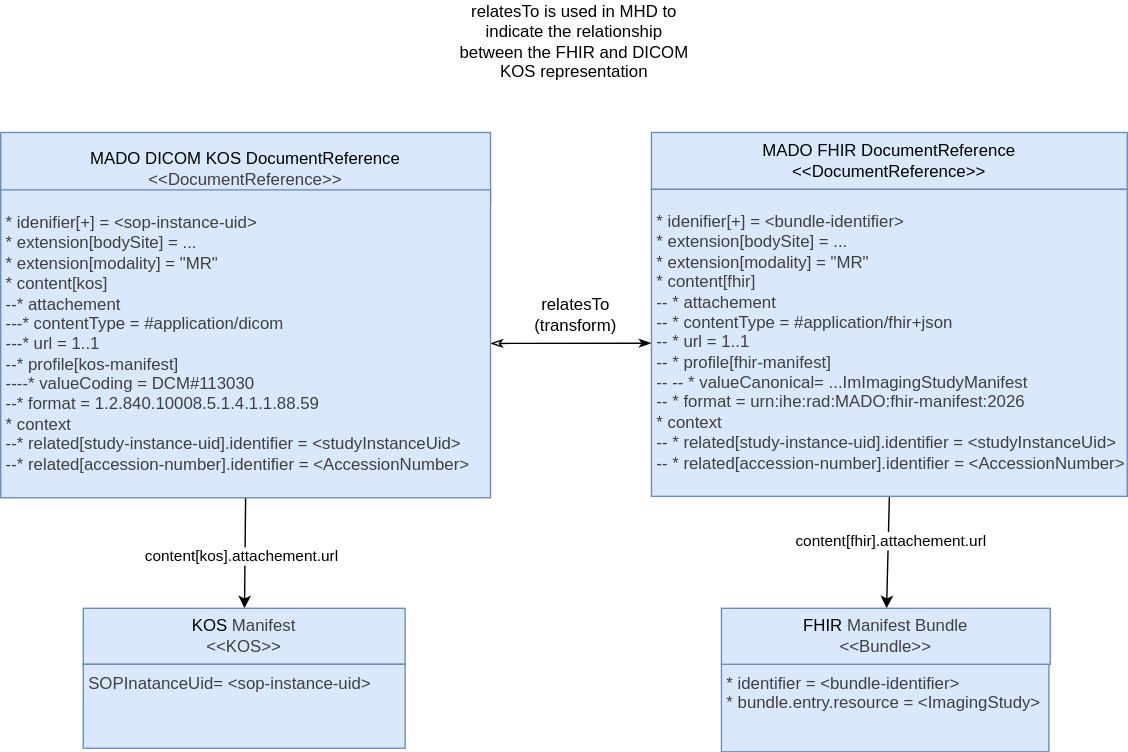
Above: input/images/manifest-envelope.drawio.svg in IHE/RAD.MADO (draw.io), before the change. Source tidied: cells renumbered, new cells last; positions are measured from the earlier drawing's top-left corner, leaving out a move shared by most shapes.
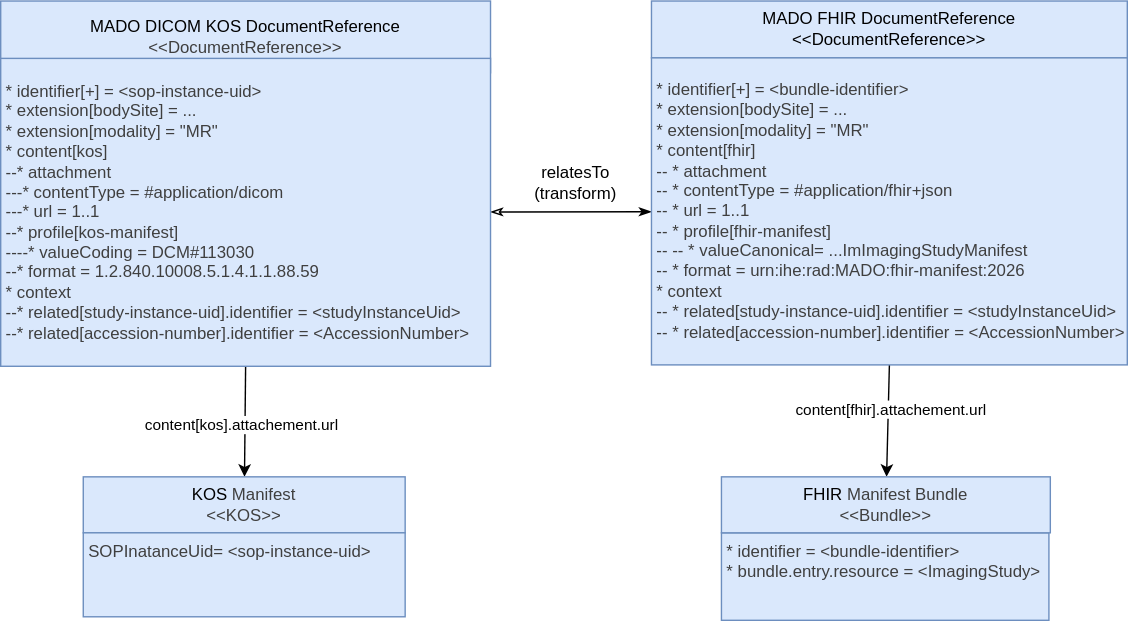
After the commit.

The edit, as a diff of the source:
```diff
@@ -20,16 +20,13 @@
     <mxCell id="7" style="edgeStyle=none;html=1;endArrow=classicThin;endFill=0;startArrow=classicThin;startFill=1;" parent="1" edge="1" source="14" target="11">
       <mxGeometry relative="1" as="geometry" />
     </mxCell>
-    <mxCell id="8" value="relatesTo is used in MHD to indicate the relationship between the FHIR and DICOM KOS representation" style="text;html=1;align=center;verticalAlign=middle;whiteSpace=wrap;rounded=0;" parent="1" vertex="1">
-      <mxGeometry x="325" width="170" height="30" as="geometry" />
-    </mxCell>
     <mxCell id="9" style="group;" parent="1" vertex="1">
       <mxGeometry x="80" y="80" width="270" height="260" as="geometry" />
     </mxCell>
     <mxCell id="10" value="MADO DICOM KOS DocumentReference&lt;div&gt;&lt;span style=&quot;color: rgb(63, 63, 63);&quot;&gt;&amp;lt;&amp;lt;DocumentReference&amp;gt;&amp;gt;&lt;/span&gt;&lt;/div&gt;" style="whiteSpace=wrap;html=1;fillColor=#dae8fc;strokeColor=#6c8ebf;" parent="9" vertex="1">
       <mxGeometry x="-80" width="350" height="51.3" as="geometry" />
     </mxCell>
-    <mxCell id="11" value="&lt;span style=&quot;background-color: transparent; scrollbar-color: rgb(226, 226, 226) rgb(251, 251, 251); color: rgb(63, 63, 63);&quot;&gt;&lt;div style=&quot;&quot;&gt;&lt;span style=&quot;scrollbar-color: rgb(226, 226, 226) rgb(251, 251, 251); color: rgb(63, 63, 63);&quot;&gt;&lt;div style=&quot;&quot;&gt;&lt;div&gt;&lt;span style=&quot;color: rgb(63, 63, 63); background-color: transparent;&quot;&gt;* idenifier[+] =&amp;nbsp;&lt;/span&gt;&lt;span style=&quot;color: rgb(63, 63, 63); background-color: transparent;&quot;&gt;&amp;lt;sop-instance-uid&amp;gt;&lt;/span&gt;&lt;/div&gt;&lt;div&gt;&lt;span style=&quot;color: rgb(63, 63, 63); background-color: transparent;&quot;&gt;* extension[bodySite] = ...&lt;/span&gt;&lt;/div&gt;&lt;div&gt;&lt;span style=&quot;color: rgb(63, 63, 63); background-color: transparent;&quot;&gt;* extension[modality] = &quot;MR&quot;&lt;/span&gt;&lt;/div&gt;&lt;div&gt;&lt;span style=&quot;color: rgb(63, 63, 63); background-color: transparent;&quot;&gt;* content[kos]&lt;/span&gt;&lt;/div&gt;&lt;div&gt;--* attachement&lt;/div&gt;&lt;div&gt;---* contentType = #application/dicom&lt;/div&gt;&lt;div&gt;---* url = 1..1&lt;/div&gt;&lt;div&gt;--* profile[kos-manifest]&lt;/div&gt;&lt;div&gt;----* valueCoding = DCM#113030&lt;/div&gt;&lt;div&gt;--* format = 1.2.840.10008.5.1.4.1.1.88.59&lt;/div&gt;&lt;div&gt;* context&lt;/div&gt;&lt;div&gt;--* related[study-instance-uid].identifier = &amp;lt;studyInstanceUid&amp;gt;&lt;/div&gt;&lt;div&gt;--* related[accession-number].identifier = &amp;lt;AccessionNumber&amp;gt;&lt;/div&gt;&lt;/div&gt;&lt;/span&gt;&lt;/div&gt;&lt;/span&gt;" style="whiteSpace=wrap;html=1;align=left;spacingLeft=2;fillColor=#dae8fc;strokeColor=#6c8ebf;" parent="9" vertex="1">
+    <mxCell id="11" value="&lt;span style=&quot;background-color: transparent; scrollbar-color: rgb(226, 226, 226) rgb(251, 251, 251); color: rgb(63, 63, 63);&quot;&gt;&lt;div style=&quot;&quot;&gt;&lt;span style=&quot;scrollbar-color: rgb(226, 226, 226) rgb(251, 251, 251); color: rgb(63, 63, 63);&quot;&gt;&lt;div style=&quot;&quot;&gt;&lt;div&gt;&lt;span style=&quot;color: rgb(63, 63, 63); background-color: transparent;&quot;&gt;* identifier[+] =&amp;nbsp;&lt;/span&gt;&lt;span style=&quot;color: rgb(63, 63, 63); background-color: transparent;&quot;&gt;&amp;lt;sop-instance-uid&amp;gt;&lt;/span&gt;&lt;/div&gt;&lt;div&gt;&lt;span style=&quot;color: rgb(63, 63, 63); background-color: transparent;&quot;&gt;* extension[bodySite] = ...&lt;/span&gt;&lt;/div&gt;&lt;div&gt;&lt;span style=&quot;color: rgb(63, 63, 63); background-color: transparent;&quot;&gt;* extension[modality] = &quot;MR&quot;&lt;/span&gt;&lt;/div&gt;&lt;div&gt;&lt;span style=&quot;color: rgb(63, 63, 63); background-color: transparent;&quot;&gt;* content[kos]&lt;/span&gt;&lt;/div&gt;&lt;div&gt;--* attachment&lt;/div&gt;&lt;div&gt;---* contentType = #application/dicom&lt;/div&gt;&lt;div&gt;---* url = 1..1&lt;/div&gt;&lt;div&gt;--* profile[kos-manifest]&lt;/div&gt;&lt;div&gt;----* valueCoding = DCM#113030&lt;/div&gt;&lt;div&gt;--* format = 1.2.840.10008.5.1.4.1.1.88.59&lt;/div&gt;&lt;div&gt;* context&lt;/div&gt;&lt;div&gt;--* related[study-instance-uid].identifier = &amp;lt;studyInstanceUid&amp;gt;&lt;/div&gt;&lt;div&gt;--* related[accession-number].identifier = &amp;lt;AccessionNumber&amp;gt;&lt;/div&gt;&lt;/div&gt;&lt;/span&gt;&lt;/div&gt;&lt;/span&gt;" style="whiteSpace=wrap;html=1;align=left;spacingLeft=2;fillColor=#dae8fc;strokeColor=#6c8ebf;" parent="9" vertex="1">
       <mxGeometry x="-80" y="41" width="350" height="220" as="geometry" />
     </mxCell>
     <mxCell id="12" style="group;" parent="1" vertex="1">
@@ -38,7 +35,7 @@
     <mxCell id="13" value="MADO FHIR DocumentReference&lt;div&gt;&amp;lt;&amp;lt;DocumentReference&amp;gt;&amp;gt;&lt;/div&gt;" style="whiteSpace=wrap;html=1;fillColor=#dae8fc;strokeColor=#6c8ebf;" parent="12" vertex="1">
       <mxGeometry width="340" height="40.6" as="geometry" />
     </mxCell>
-    <mxCell id="14" value="&lt;span style=&quot;background-color: transparent; scrollbar-color: rgb(226, 226, 226) rgb(251, 251, 251); color: rgb(63, 63, 63);&quot;&gt;&lt;div style=&quot;&quot;&gt;&lt;span style=&quot;scrollbar-color: rgb(226, 226, 226) rgb(251, 251, 251); color: rgb(63, 63, 63);&quot;&gt;&lt;div style=&quot;&quot;&gt;&lt;div&gt;&lt;span style=&quot;color: rgb(63, 63, 63); background-color: transparent;&quot;&gt;* idenifier[+] = &amp;lt;bundle-identifier&amp;gt;&lt;/span&gt;&lt;/div&gt;&lt;div&gt;&lt;span style=&quot;color: rgb(63, 63, 63); background-color: transparent;&quot;&gt;&lt;div style=&quot;color: rgb(63, 63, 63); scrollbar-color: rgb(226, 226, 226) rgb(251, 251, 251);&quot;&gt;&lt;span style=&quot;scrollbar-color: rgb(226, 226, 226) rgb(251, 251, 251); background-color: transparent; color: rgb(63, 63, 63);&quot;&gt;* extension[bodySite] = ...&lt;/span&gt;&lt;/div&gt;&lt;div style=&quot;color: rgb(63, 63, 63); scrollbar-color: rgb(226, 226, 226) rgb(251, 251, 251);&quot;&gt;&lt;span style=&quot;scrollbar-color: rgb(226, 226, 226) rgb(251, 251, 251); background-color: transparent; color: rgb(63, 63, 63);&quot;&gt;* extension[modality] = &quot;MR&quot;&lt;/span&gt;&lt;/div&gt;&lt;/span&gt;&lt;/div&gt;&lt;div&gt;&lt;span style=&quot;background-color: transparent;&quot;&gt;* content[fhir]&lt;/span&gt;&lt;/div&gt;&lt;div&gt;&lt;span style=&quot;color: rgb(63, 63, 63); background-color: transparent;&quot;&gt;--&lt;/span&gt;* attachement&lt;/div&gt;&lt;div&gt;&lt;span style=&quot;color: rgb(63, 63, 63); background-color: transparent;&quot;&gt;--&lt;/span&gt;* contentType = #application/fhir+json&lt;/div&gt;&lt;div&gt;&lt;span style=&quot;color: rgb(63, 63, 63); background-color: transparent;&quot;&gt;--&lt;/span&gt;* url = 1..1&lt;/div&gt;&lt;div&gt;&lt;span style=&quot;color: rgb(63, 63, 63); background-color: transparent;&quot;&gt;--&lt;/span&gt;* profile[fhir-manifest]&lt;/div&gt;&lt;div&gt;&lt;span style=&quot;color: rgb(63, 63, 63); background-color: transparent;&quot;&gt;--&lt;/span&gt;&lt;span style=&quot;color: rgb(63, 63, 63); background-color: transparent;&quot;&gt;--&lt;/span&gt;&lt;span style=&quot;color: rgb(63, 63, 63); background-color: transparent;&quot;&gt;* valueCanonical= ...ImImagingStudyManifest&lt;/span&gt;&lt;/div&gt;&lt;div&gt;&lt;span style=&quot;color: rgb(63, 63, 63); background-color: transparent;&quot;&gt;--&lt;/span&gt;* format =&amp;nbsp;urn:ihe:rad:MADO:fhir-manifest:2026&lt;/div&gt;&lt;div&gt;&lt;span style=&quot;color: rgb(63, 63, 63); background-color: transparent;&quot;&gt;* context&lt;/span&gt;&lt;/div&gt;&lt;div&gt;&lt;div style=&quot;color: rgb(63, 63, 63); scrollbar-color: rgb(226, 226, 226) rgb(251, 251, 251);&quot;&gt;&lt;span style=&quot;color: rgb(63, 63, 63); background-color: transparent;&quot;&gt;--&lt;/span&gt;* related[study-instance-uid].identifier = &amp;lt;studyInstanceUid&amp;gt;&lt;/div&gt;&lt;div style=&quot;color: rgb(63, 63, 63); scrollbar-color: rgb(226, 226, 226) rgb(251, 251, 251);&quot;&gt;&lt;span style=&quot;color: rgb(63, 63, 63); background-color: transparent;&quot;&gt;--&lt;/span&gt;* related[accession-number].identifier = &amp;lt;AccessionNumber&amp;gt;&lt;/div&gt;&lt;/div&gt;&lt;/div&gt;&lt;/span&gt;&lt;/div&gt;&lt;/span&gt;" style="whiteSpace=wrap;html=1;align=left;spacingLeft=2;fillColor=#dae8fc;strokeColor=#6c8ebf;" parent="12" vertex="1">
+    <mxCell id="14" value="&lt;span style=&quot;background-color: transparent; scrollbar-color: rgb(226, 226, 226) rgb(251, 251, 251); color: rgb(63, 63, 63);&quot;&gt;&lt;div style=&quot;&quot;&gt;&lt;span style=&quot;scrollbar-color: rgb(226, 226, 226) rgb(251, 251, 251); color: rgb(63, 63, 63);&quot;&gt;&lt;div style=&quot;&quot;&gt;&lt;div&gt;&lt;span style=&quot;color: rgb(63, 63, 63); background-color: transparent;&quot;&gt;* identifier[+] = &amp;lt;bundle-identifier&amp;gt;&lt;/span&gt;&lt;/div&gt;&lt;div&gt;&lt;span style=&quot;color: rgb(63, 63, 63); background-color: transparent;&quot;&gt;&lt;div style=&quot;color: rgb(63, 63, 63); scrollbar-color: rgb(226, 226, 226) rgb(251, 251, 251);&quot;&gt;&lt;span style=&quot;scrollbar-color: rgb(226, 226, 226) rgb(251, 251, 251); background-color: transparent; color: rgb(63, 63, 63);&quot;&gt;* extension[bodySite] = ...&lt;/span&gt;&lt;/div&gt;&lt;div style=&quot;color: rgb(63, 63, 63); scrollbar-color: rgb(226, 226, 226) rgb(251, 251, 251);&quot;&gt;&lt;span style=&quot;scrollbar-color: rgb(226, 226, 226) rgb(251, 251, 251); background-color: transparent; color: rgb(63, 63, 63);&quot;&gt;* extension[modality] = &quot;MR&quot;&lt;/span&gt;&lt;/div&gt;&lt;/span&gt;&lt;/div&gt;&lt;div&gt;&lt;span style=&quot;background-color: transparent;&quot;&gt;* content[fhir]&lt;/span&gt;&lt;/div&gt;&lt;div&gt;&lt;span style=&quot;color: rgb(63, 63, 63); background-color: transparent;&quot;&gt;--&lt;/span&gt;* attachment&lt;/div&gt;&lt;div&gt;&lt;span style=&quot;color: rgb(63, 63, 63); background-color: transparent;&quot;&gt;--&lt;/span&gt;* contentType = #application/fhir+json&lt;/div&gt;&lt;div&gt;&lt;span style=&quot;color: rgb(63, 63, 63); background-color: transparent;&quot;&gt;--&lt;/span&gt;* url = 1..1&lt;/div&gt;&lt;div&gt;&lt;span style=&quot;color: rgb(63, 63, 63); background-color: transparent;&quot;&gt;--&lt;/span&gt;* profile[fhir-manifest]&lt;/div&gt;&lt;div&gt;&lt;span style=&quot;color: rgb(63, 63, 63); background-color: transparent;&quot;&gt;--&lt;/span&gt;&lt;span style=&quot;color: rgb(63, 63, 63); background-color: transparent;&quot;&gt;--&lt;/span&gt;&lt;span style=&quot;color: rgb(63, 63, 63); background-color: transparent;&quot;&gt;* valueCanonical= ...ImImagingStudyManifest&lt;/span&gt;&lt;/div&gt;&lt;div&gt;&lt;span style=&quot;color: rgb(63, 63, 63); background-color: transparent;&quot;&gt;--&lt;/span&gt;* format =&amp;nbsp;urn:ihe:rad:MADO:fhir-manifest:2026&lt;/div&gt;&lt;div&gt;&lt;span style=&quot;color: rgb(63, 63, 63); background-color: transparent;&quot;&gt;* context&lt;/span&gt;&lt;/div&gt;&lt;div&gt;&lt;div style=&quot;color: rgb(63, 63, 63); scrollbar-color: rgb(226, 226, 226) rgb(251, 251, 251);&quot;&gt;&lt;span style=&quot;color: rgb(63, 63, 63); background-color: transparent;&quot;&gt;--&lt;/span&gt;* related[study-instance-uid].identifier = &amp;lt;studyInstanceUid&amp;gt;&lt;/div&gt;&lt;div style=&quot;color: rgb(63, 63, 63); scrollbar-color: rgb(226, 226, 226) rgb(251, 251, 251);&quot;&gt;&lt;span style=&quot;color: rgb(63, 63, 63); background-color: transparent;&quot;&gt;--&lt;/span&gt;* related[accession-number].identifier = &amp;lt;AccessionNumber&amp;gt;&lt;/div&gt;&lt;/div&gt;&lt;/div&gt;&lt;/span&gt;&lt;/div&gt;&lt;/span&gt;" style="whiteSpace=wrap;html=1;align=left;spacingLeft=2;fillColor=#dae8fc;strokeColor=#6c8ebf;" parent="12" vertex="1">
       <mxGeometry y="40.6" width="340" height="219.4" as="geometry" />
     </mxCell>
     <mxCell id="15" style="group;" parent="1" vertex="1">
```
